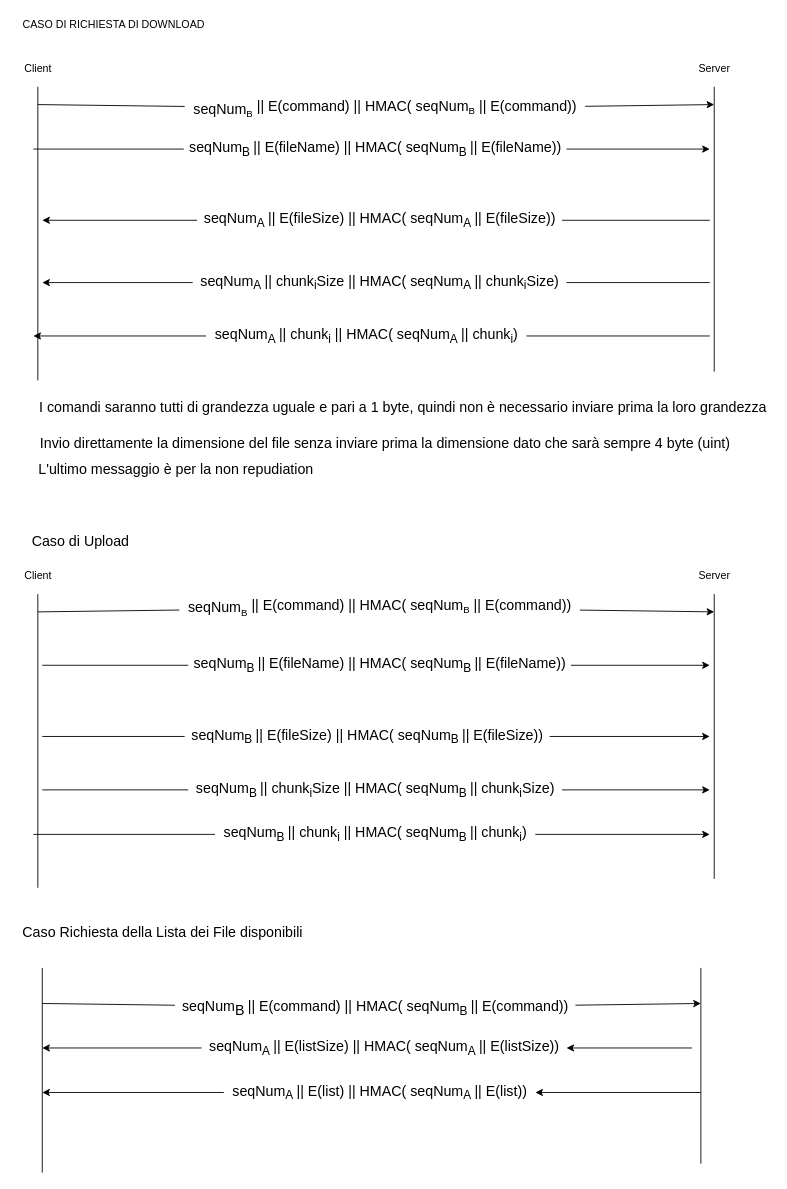
Earlier version of the draw.io diagram schemes/SecondPhase.drawio (fontanellileonardo/Secure-File-Transfer). Source tidied: cells renumbered, new cells numbered last; positions are measured from the earlier drawing's top-left corner, leaving out a move shared by most shapes. Both pictures are drawn from the tidied source at 89%, with x=0, y=0 at pixel (15, 15).
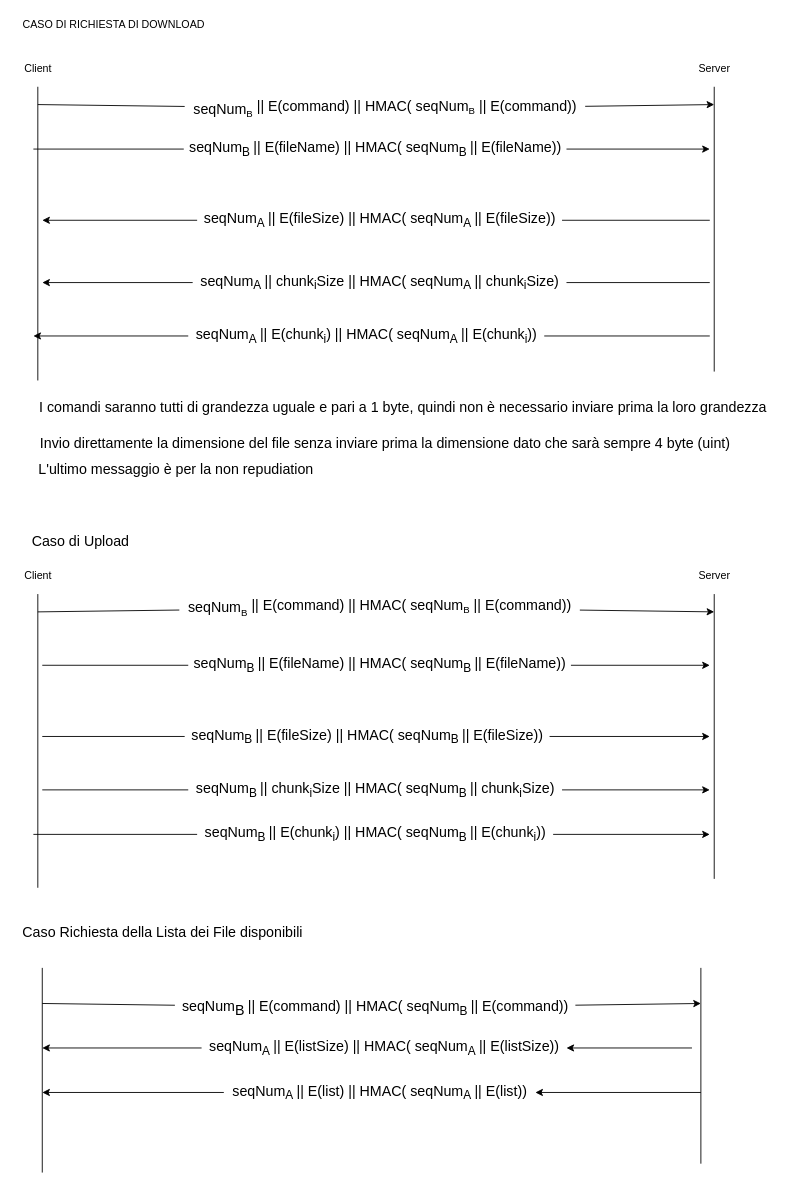
The same page after the edit.

Commit message:
Aggioranto schema seconda fase..... Ce la posso fare....

What changed in the source:
```diff
@@
-    <mxCell id="39" value="&lt;font style=&quot;font-size: 16px&quot;&gt;seqNum&lt;sub&gt;A&amp;nbsp;&lt;/sub&gt;|| chunk&lt;sub&gt;i&lt;/sub&gt;&amp;nbsp;||&amp;nbsp;HMAC(&amp;nbsp;seqNum&lt;sub&gt;A&amp;nbsp;&lt;/sub&gt;||&amp;nbsp;chunk&lt;sub&gt;i&lt;/sub&gt;)&lt;/font&gt;" style="text;html=1;align=center;verticalAlign=middle;points=[];" parent="1" vertex="1">
-      <mxGeometry x="214" y="350" width="360" height="20" as="geometry" />
+    <mxCell id="39" value="&lt;font style=&quot;font-size: 16px&quot;&gt;seqNum&lt;sub&gt;A&amp;nbsp;&lt;/sub&gt;|| E(chunk&lt;sub&gt;i&lt;/sub&gt;)&amp;nbsp;||&amp;nbsp;HMAC(&amp;nbsp;seqNum&lt;sub&gt;A&amp;nbsp;&lt;/sub&gt;|| E(chunk&lt;sub&gt;i&lt;/sub&gt;))&lt;/font&gt;" style="text;html=1;align=center;verticalAlign=middle;points=[];" parent="1" vertex="1">
+      <mxGeometry x="194" y="350" width="400" height="20" as="geometry" />
     </mxCell>
@@
-    <mxCell id="49" value="&lt;font style=&quot;font-size: 16px&quot;&gt;seqNum&lt;sub&gt;B&lt;/sub&gt;&lt;sub&gt;&amp;nbsp;&lt;/sub&gt;|| chunk&lt;sub&gt;i&lt;/sub&gt;&amp;nbsp;||&amp;nbsp;HMAC(&amp;nbsp;seqNum&lt;sub&gt;B&lt;/sub&gt;&lt;sub&gt;&amp;nbsp;&lt;/sub&gt;||&amp;nbsp;chunk&lt;sub&gt;i&lt;/sub&gt;)&lt;/font&gt;" style="text;html=1;align=center;verticalAlign=middle;points=[];" parent="1" vertex="1">
-      <mxGeometry x="224" y="910" width="360" height="20" as="geometry" />
+    <mxCell id="49" value="&lt;font style=&quot;font-size: 16px&quot;&gt;seqNum&lt;sub&gt;B&lt;/sub&gt;&lt;sub&gt;&amp;nbsp;&lt;/sub&gt;|| E(chunk&lt;sub&gt;i&lt;/sub&gt;)&amp;nbsp;||&amp;nbsp;HMAC(&amp;nbsp;seqNum&lt;sub&gt;B&lt;/sub&gt;&lt;sub&gt;&amp;nbsp;&lt;/sub&gt;|| E(chunk&lt;sub&gt;i&lt;/sub&gt;))&lt;/font&gt;" style="text;html=1;align=center;verticalAlign=middle;points=[];" parent="1" vertex="1">
+      <mxGeometry x="204" y="910" width="400" height="20" as="geometry" />
     </mxCell>
```
